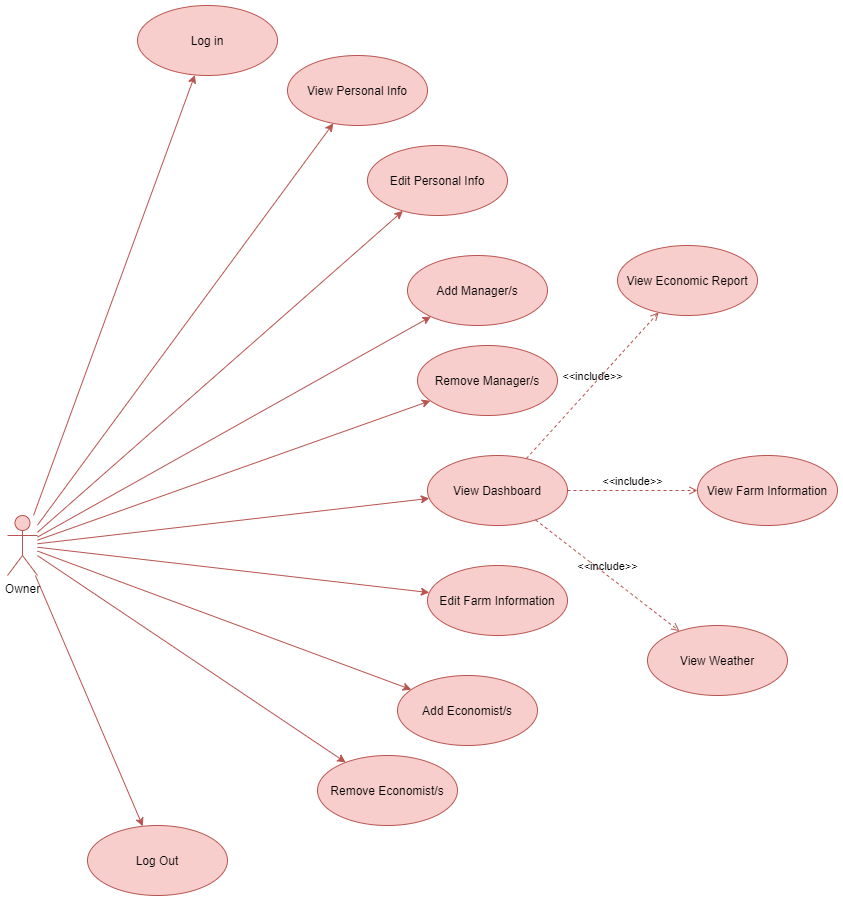
Above: Diagrams/Drafts/Use Case Diagrams/Owner.png in eseferi18/Farming_Management_System (draw.io), before the change. Source tidied: cells renumbered, new cells last; positions are measured from the earlier drawing's top-left corner, leaving out a move shared by most shapes.
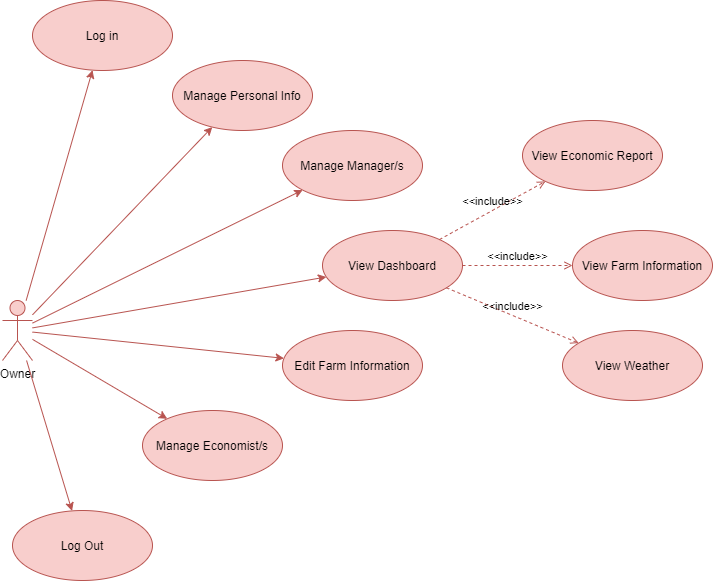
After the commit.

Commit message:
updated diagram Owner.png and uploaded SRv1.2

Change to the diagram source:
```diff
@@ -1,87 +1,69 @@
 <mxGraphModel>
   <root>
-    <mxCell id="0" />
-    <mxCell id="1" parent="0" />
+    <mxCell id="29" />
+    <mxCell id="30" parent="29" />
-    <mxCell id="2" value="Owner" style="shape=umlActor;verticalLabelPosition=bottom;verticalAlign=top;html=1;fillColor=#f8cecc;strokeColor=#b85450;" parent="1" vertex="1">
+    <mxCell id="2" value="Owner" style="shape=umlActor;verticalLabelPosition=bottom;verticalAlign=top;html=1;fillColor=#f8cecc;strokeColor=#b85450;" parent="30" vertex="1">
       <mxGeometry y="510" width="30" height="60" as="geometry" />
     </mxCell>
-    <mxCell id="3" value="Log in" style="ellipse;whiteSpace=wrap;html=1;fillColor=#f8cecc;strokeColor=#b85450;" parent="1" vertex="1">
-      <mxGeometry x="130" width="140" height="70" as="geometry" />
+    <mxCell id="3" value="Log in" style="ellipse;whiteSpace=wrap;html=1;fillColor=#f8cecc;strokeColor=#b85450;" parent="30" vertex="1">
+      <mxGeometry x="30" y="210" width="140" height="70" as="geometry" />
     </mxCell>
-    <mxCell id="4" style="endArrow=classic;html=1;fillColor=#f8cecc;strokeColor=#b85450;" parent="1" edge="1" source="2" target="3">
+    <mxCell id="4" style="endArrow=classic;html=1;fillColor=#f8cecc;strokeColor=#b85450;" parent="30" edge="1" source="2" target="3">
       <mxGeometry relative="1" as="geometry" />
     </mxCell>
-    <mxCell id="5" value="View Personal Info" style="ellipse;whiteSpace=wrap;html=1;fillColor=#f8cecc;strokeColor=#b85450;" parent="1" vertex="1">
-      <mxGeometry x="280" y="50" width="140" height="70" as="geometry" />
-    </mxCell>
-    <mxCell id="6" style="endArrow=classic;html=1;fillColor=#f8cecc;strokeColor=#b85450;" parent="1" edge="1" source="2" target="5">
-      <mxGeometry relative="1" as="geometry" />
-    </mxCell>
-    <mxCell id="7" value="Edit Personal Info" style="ellipse;whiteSpace=wrap;html=1;fillColor=#f8cecc;strokeColor=#b85450;" parent="1" vertex="1">
-      <mxGeometry x="360" y="140" width="140" height="70" as="geometry" />
-    </mxCell>
-    <mxCell id="8" style="endArrow=classic;html=1;fillColor=#f8cecc;strokeColor=#b85450;" parent="1" edge="1" source="2" target="7">
-      <mxGeometry relative="1" as="geometry" />
-    </mxCell>
-    <mxCell id="9" value="Add Manager/s" style="ellipse;whiteSpace=wrap;html=1;fillColor=#f8cecc;strokeColor=#b85450;" parent="1" vertex="1">
-      <mxGeometry x="400" y="250" width="140" height="70" as="geometry" />
-    </mxCell>
-    <mxCell id="10" style="endArrow=classic;html=1;fillColor=#f8cecc;strokeColor=#b85450;" parent="1" edge="1" source="2" target="9">
-      <mxGeometry relative="1" as="geometry" />
-    </mxCell>
-    <mxCell id="11" style="endArrow=classic;html=1;fillColor=#f8cecc;strokeColor=#b85450;" parent="1" edge="1" source="2" target="12">
-      <mxGeometry relative="1" as="geometry" />
-    </mxCell>
-    <mxCell id="12" value="Remove Manager/s" style="ellipse;whiteSpace=wrap;html=1;fillColor=#f8cecc;strokeColor=#b85450;" parent="1" vertex="1">
-      <mxGeometry x="410" y="340" width="140" height="70" as="geometry" />
-    </mxCell>
+    <mxCell id="31" value="Manage&amp;nbsp;Personal Info" style="ellipse;whiteSpace=wrap;html=1;fillColor=#f8cecc;strokeColor=#b85450;" parent="30" vertex="1">
+      <mxGeometry x="170" y="270" width="140" height="70" as="geometry" />
+    </mxCell>
+    <mxCell id="32" style="endArrow=classic;html=1;fillColor=#f8cecc;strokeColor=#b85450;" parent="30" edge="1" source="2" target="31">
+      <mxGeometry relative="1" as="geometry" />
+    </mxCell>
+    <mxCell id="33" value="Manage Manager/s" style="ellipse;whiteSpace=wrap;html=1;fillColor=#f8cecc;strokeColor=#b85450;" parent="30" vertex="1">
+      <mxGeometry x="280" y="340" width="140" height="70" as="geometry" />
+    </mxCell>
+    <mxCell id="34" style="endArrow=classic;html=1;fillColor=#f8cecc;strokeColor=#b85450;" parent="30" edge="1" source="2" target="33">
+      <mxGeometry relative="1" as="geometry" />
+    </mxCell>
-    <mxCell id="13" value="Log Out" style="ellipse;whiteSpace=wrap;html=1;fillColor=#f8cecc;strokeColor=#b85450;" parent="1" vertex="1">
-      <mxGeometry x="80" y="820" width="140" height="70" as="geometry" />
+    <mxCell id="13" value="Log Out" style="ellipse;whiteSpace=wrap;html=1;fillColor=#f8cecc;strokeColor=#b85450;" parent="30" vertex="1">
+      <mxGeometry x="10" y="720" width="140" height="70" as="geometry" />
     </mxCell>
-    <mxCell id="14" style="endArrow=classic;html=1;fillColor=#f8cecc;strokeColor=#b85450;" parent="1" edge="1" source="2" target="13">
+    <mxCell id="14" style="endArrow=classic;html=1;fillColor=#f8cecc;strokeColor=#b85450;" parent="30" edge="1" source="2" target="13">
       <mxGeometry relative="1" as="geometry" />
     </mxCell>
-    <mxCell id="15" style="endArrow=classic;html=1;fillColor=#f8cecc;strokeColor=#b85450;" parent="1" edge="1" source="2" target="16">
+    <mxCell id="15" style="endArrow=classic;html=1;fillColor=#f8cecc;strokeColor=#b85450;" parent="30" edge="1" source="2" target="16">
       <mxGeometry relative="1" as="geometry" />
     </mxCell>
-    <mxCell id="16" value="View Dashboard" style="ellipse;whiteSpace=wrap;html=1;fillColor=#f8cecc;strokeColor=#b85450;" parent="1" vertex="1">
-      <mxGeometry x="420" y="450" width="140" height="70" as="geometry" />
+    <mxCell id="16" value="View Dashboard" style="ellipse;whiteSpace=wrap;html=1;fillColor=#f8cecc;strokeColor=#b85450;" parent="30" vertex="1">
+      <mxGeometry x="320" y="440" width="140" height="70" as="geometry" />
     </mxCell>
-    <mxCell id="17" value="&amp;lt;&amp;lt;include&amp;gt;&amp;gt;" style="html=1;verticalAlign=bottom;labelBackgroundColor=none;endArrow=open;endFill=0;dashed=1;fillColor=#f8cecc;strokeColor=#b85450;" parent="1" edge="1" source="16" target="18">
+    <mxCell id="17" value="&amp;lt;&amp;lt;include&amp;gt;&amp;gt;" style="html=1;verticalAlign=bottom;labelBackgroundColor=none;endArrow=open;endFill=0;dashed=1;fillColor=#f8cecc;strokeColor=#b85450;" parent="30" edge="1" source="16" target="18">
       <mxGeometry relative="1" as="geometry" />
     </mxCell>
-    <mxCell id="18" value="View Farm Information" style="ellipse;whiteSpace=wrap;html=1;fillColor=#f8cecc;strokeColor=#b85450;" parent="1" vertex="1">
-      <mxGeometry x="690" y="450" width="140" height="70" as="geometry" />
+    <mxCell id="18" value="View Farm Information" style="ellipse;whiteSpace=wrap;html=1;fillColor=#f8cecc;strokeColor=#b85450;" parent="30" vertex="1">
+      <mxGeometry x="570" y="440" width="140" height="70" as="geometry" />
     </mxCell>
-    <mxCell id="19" value="&amp;lt;&amp;lt;include&amp;gt;&amp;gt;" style="html=1;verticalAlign=bottom;labelBackgroundColor=none;endArrow=open;endFill=0;dashed=1;fillColor=#f8cecc;strokeColor=#b85450;" parent="1" edge="1" source="16" target="20">
+    <mxCell id="19" value="&amp;lt;&amp;lt;include&amp;gt;&amp;gt;" style="html=1;verticalAlign=bottom;labelBackgroundColor=none;endArrow=open;endFill=0;dashed=1;fillColor=#f8cecc;strokeColor=#b85450;" parent="30" edge="1" source="16" target="20">
       <mxGeometry relative="1" as="geometry" />
     </mxCell>
-    <mxCell id="20" value="View Weather" style="ellipse;whiteSpace=wrap;html=1;fillColor=#f8cecc;strokeColor=#b85450;" parent="1" vertex="1">
-      <mxGeometry x="640" y="620" width="140" height="70" as="geometry" />
+    <mxCell id="20" value="View Weather" style="ellipse;whiteSpace=wrap;html=1;fillColor=#f8cecc;strokeColor=#b85450;" parent="30" vertex="1">
+      <mxGeometry x="560" y="540" width="140" height="70" as="geometry" />
     </mxCell>
-    <mxCell id="21" style="endArrow=classic;html=1;fillColor=#f8cecc;strokeColor=#b85450;" parent="1" edge="1" source="2" target="22">
+    <mxCell id="21" style="endArrow=classic;html=1;fillColor=#f8cecc;strokeColor=#b85450;" parent="30" edge="1" source="2" target="22">
       <mxGeometry relative="1" as="geometry" />
     </mxCell>
-    <mxCell id="22" value="Edit Farm Information" style="ellipse;whiteSpace=wrap;html=1;fillColor=#f8cecc;strokeColor=#b85450;" parent="1" vertex="1">
-      <mxGeometry x="420" y="560" width="140" height="70" as="geometry" />
+    <mxCell id="22" value="Edit Farm Information" style="ellipse;whiteSpace=wrap;html=1;fillColor=#f8cecc;strokeColor=#b85450;" parent="30" vertex="1">
+      <mxGeometry x="280" y="540" width="140" height="70" as="geometry" />
     </mxCell>
-    <mxCell id="23" value="Add Economist/s" style="ellipse;whiteSpace=wrap;html=1;fillColor=#f8cecc;strokeColor=#b85450;" parent="1" vertex="1">
-      <mxGeometry x="390" y="670" width="140" height="70" as="geometry" />
-    </mxCell>
-    <mxCell id="24" style="endArrow=classic;html=1;fillColor=#f8cecc;strokeColor=#b85450;" parent="1" edge="1" source="2" target="23">
-      <mxGeometry relative="1" as="geometry" />
-    </mxCell>
-    <mxCell id="25" style="endArrow=classic;html=1;fillColor=#f8cecc;strokeColor=#b85450;" parent="1" edge="1" source="2" target="26">
-      <mxGeometry relative="1" as="geometry" />
-    </mxCell>
-    <mxCell id="26" value="Remove Economist/s" style="ellipse;whiteSpace=wrap;html=1;fillColor=#f8cecc;strokeColor=#b85450;" parent="1" vertex="1">
-      <mxGeometry x="310" y="750" width="140" height="70" as="geometry" />
-    </mxCell>
+    <mxCell id="35" value="Manage Economist/s" style="ellipse;whiteSpace=wrap;html=1;fillColor=#f8cecc;strokeColor=#b85450;" parent="30" vertex="1">
+      <mxGeometry x="140" y="620" width="140" height="70" as="geometry" />
+    </mxCell>
+    <mxCell id="36" style="endArrow=classic;html=1;fillColor=#f8cecc;strokeColor=#b85450;" parent="30" edge="1" source="2" target="35">
+      <mxGeometry relative="1" as="geometry" />
+    </mxCell>
-    <mxCell id="27" value="&amp;lt;&amp;lt;include&amp;gt;&amp;gt;" style="html=1;verticalAlign=bottom;labelBackgroundColor=none;endArrow=open;endFill=0;dashed=1;fillColor=#f8cecc;strokeColor=#b85450;" parent="1" edge="1" source="16" target="28">
+    <mxCell id="27" value="&amp;lt;&amp;lt;include&amp;gt;&amp;gt;" style="html=1;verticalAlign=bottom;labelBackgroundColor=none;endArrow=open;endFill=0;dashed=1;fillColor=#f8cecc;strokeColor=#b85450;" parent="30" edge="1" source="16" target="28">
       <mxGeometry relative="1" as="geometry" />
     </mxCell>
-    <mxCell id="28" value="View Economic Report" style="ellipse;whiteSpace=wrap;html=1;fillColor=#f8cecc;strokeColor=#b85450;" parent="1" vertex="1">
-      <mxGeometry x="610" y="240" width="140" height="70" as="geometry" />
+    <mxCell id="28" value="View Economic Report" style="ellipse;whiteSpace=wrap;html=1;fillColor=#f8cecc;strokeColor=#b85450;" parent="30" vertex="1">
+      <mxGeometry x="520" y="330" width="140" height="70" as="geometry" />
     </mxCell>
   </root>
 </mxGraphModel>
```
